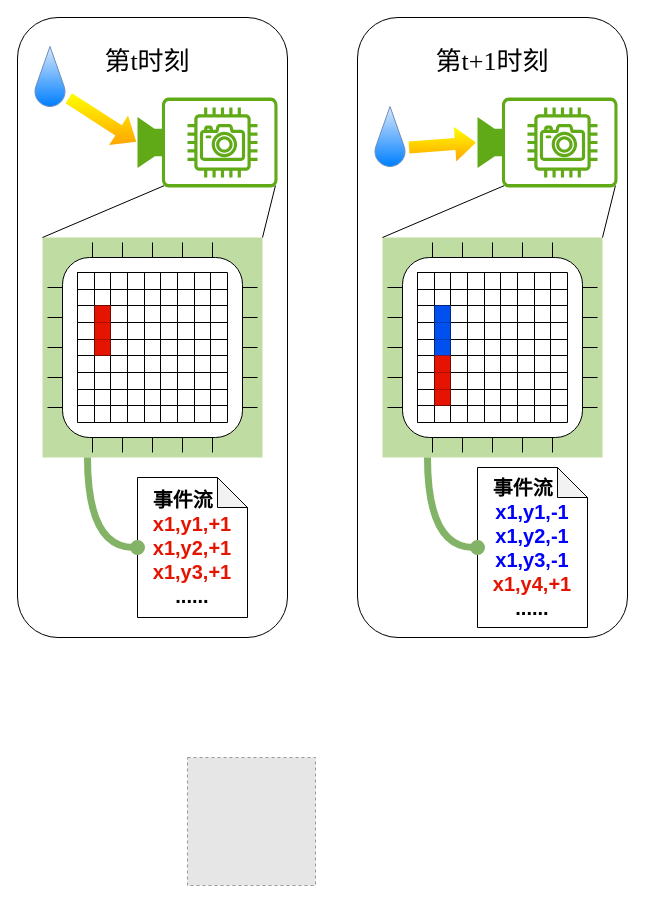
This is Untitled Diagram.drawio from sunshangquan/yolov4-pytorch, a draw.io file, before an edit. Source tidied: cells renumbered, new cells numbered last; positions are measured from the earlier drawing's top-left corner, leaving out a move shared by most shapes. Both pictures are drawn from the tidied source at 100%, with x=0, y=0 at pixel (17, 17). Pictures stored in the file or linked from it are replaced by grey dashed boxes.
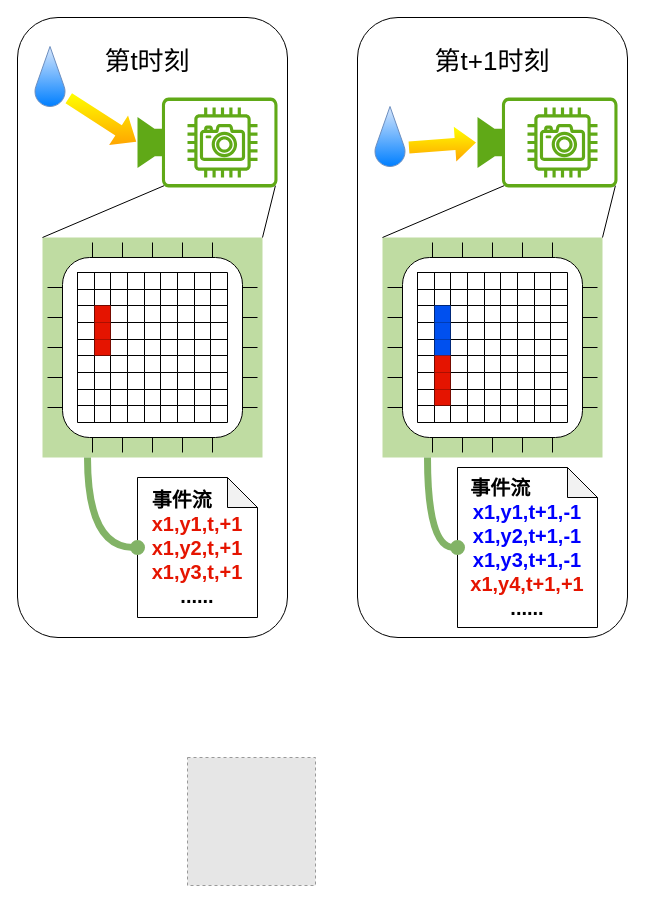
Above is the later version.

Diff of the diagram source:
```diff
@@
-    <mxCell id="113" value="&lt;font face=&quot;Times New Roman&quot; style=&quot;font-size: 26px;&quot;&gt;第t时刻&lt;/font&gt;" style="text;html=1;strokeColor=none;fillColor=none;align=center;verticalAlign=middle;whiteSpace=wrap;rounded=0;fontSize=26;" parent="1" vertex="1">
+    <mxCell id="113" value="&lt;font style=&quot;font-size: 26px;&quot;&gt;第t时刻&lt;/font&gt;" style="text;html=1;strokeColor=none;fillColor=none;align=center;verticalAlign=middle;whiteSpace=wrap;rounded=0;fontSize=26;fontFamily=Helvetica;" parent="1" vertex="1">
       <mxGeometry x="55" y="29" width="150" height="30" as="geometry" />
     </mxCell>
-    <mxCell id="114" value="&lt;div style=&quot;text-align: left;&quot;&gt;&lt;span style=&quot;background-color: initial; font-size: 20px;&quot;&gt;&lt;b&gt;事件流&lt;/b&gt;&lt;/span&gt;&lt;/div&gt;&lt;b&gt;&lt;font color=&quot;#e51400&quot;&gt;&lt;span style=&quot;font-size: 20px; background-color: initial;&quot;&gt;x1,y1,+1&lt;/span&gt;&lt;br&gt;&lt;span style=&quot;font-size: 20px; background-color: initial;&quot;&gt;x1,y2,+1&lt;/span&gt;&lt;br&gt;&lt;span style=&quot;font-size: 20px; background-color: initial;&quot;&gt;x1,y3,+1&lt;/span&gt;&lt;/font&gt;&lt;br&gt;&lt;span style=&quot;font-size: 20px; background-color: initial;&quot;&gt;......&lt;/span&gt;&lt;/b&gt;" style="shape=note;whiteSpace=wrap;html=1;backgroundOutline=1;darkOpacity=0.05;align=center;" parent="1" vertex="1">
-      <mxGeometry x="120" y="460" width="110" height="140" as="geometry" />
+    <mxCell id="114" value="&lt;div style=&quot;text-align: left;&quot;&gt;&lt;span style=&quot;background-color: initial; font-size: 20px;&quot;&gt;&lt;b&gt;事件流&lt;/b&gt;&lt;/span&gt;&lt;/div&gt;&lt;b&gt;&lt;font color=&quot;#e51400&quot;&gt;&lt;span style=&quot;font-size: 20px; background-color: initial;&quot;&gt;x1,y1,t,+1&lt;/span&gt;&lt;br&gt;&lt;span style=&quot;font-size: 20px; background-color: initial;&quot;&gt;x1,y2,t,+1&lt;/span&gt;&lt;br&gt;&lt;span style=&quot;font-size: 20px; background-color: initial;&quot;&gt;x1,y3,t,+1&lt;/span&gt;&lt;/font&gt;&lt;br&gt;&lt;span style=&quot;font-size: 20px; background-color: initial;&quot;&gt;......&lt;/span&gt;&lt;/b&gt;" style="shape=note;whiteSpace=wrap;html=1;backgroundOutline=1;darkOpacity=0.05;align=center;" parent="1" vertex="1">
+      <mxGeometry x="120" y="460" width="120" height="140" as="geometry" />
     </mxCell>
@@
-    <mxCell id="228" value="&lt;font face=&quot;Times New Roman&quot; style=&quot;font-size: 26px;&quot;&gt;第t+1时刻&lt;/font&gt;" style="text;html=1;strokeColor=none;fillColor=none;align=center;verticalAlign=middle;whiteSpace=wrap;rounded=0;fontSize=26;" parent="1" vertex="1">
+    <mxCell id="228" value="&lt;font style=&quot;font-size: 26px;&quot;&gt;第t+1时刻&lt;/font&gt;" style="text;html=1;strokeColor=none;fillColor=none;align=center;verticalAlign=middle;whiteSpace=wrap;rounded=0;fontSize=26;fontFamily=Helvetica;" parent="1" vertex="1">
       <mxGeometry x="400" y="29" width="150" height="30" as="geometry" />
     </mxCell>
-    <mxCell id="229" value="&lt;div style=&quot;text-align: left;&quot;&gt;&lt;span style=&quot;background-color: initial; font-size: 20px;&quot;&gt;事件流&lt;/span&gt;&lt;/div&gt;&lt;font color=&quot;#0000ff&quot;&gt;&lt;span style=&quot;font-size: 20px; background-color: initial;&quot;&gt;x1,y1,-1&lt;/span&gt;&lt;br&gt;&lt;span style=&quot;font-size: 20px; background-color: initial;&quot;&gt;x1,y2,-1&lt;/span&gt;&lt;br&gt;&lt;span style=&quot;font-size: 20px; background-color: initial;&quot;&gt;x1,y3,-1&lt;/span&gt;&lt;br&gt;&lt;/font&gt;&lt;span style=&quot;font-size: 20px; background-color: initial;&quot;&gt;&lt;font color=&quot;#e51400&quot;&gt;x1,y4,+1&lt;br&gt;&lt;/font&gt;......&lt;br&gt;&lt;/span&gt;" style="shape=note;whiteSpace=wrap;html=1;backgroundOutline=1;darkOpacity=0.05;align=center;fontStyle=1;" parent="1" vertex="1">
-      <mxGeometry x="460" y="450" width="110" height="160" as="geometry" />
+    <mxCell id="229" value="&lt;div style=&quot;text-align: left;&quot;&gt;&lt;span style=&quot;background-color: initial; font-size: 20px;&quot;&gt;事件流&lt;/span&gt;&lt;/div&gt;&lt;font color=&quot;#0000ff&quot;&gt;&lt;span style=&quot;font-size: 20px; background-color: initial;&quot;&gt;x1,y1,t+1,-1&lt;/span&gt;&lt;br&gt;&lt;span style=&quot;font-size: 20px; background-color: initial;&quot;&gt;x1,y2,t+1,-1&lt;/span&gt;&lt;br&gt;&lt;span style=&quot;font-size: 20px; background-color: initial;&quot;&gt;x1,y3,t+1,-1&lt;/span&gt;&lt;br&gt;&lt;/font&gt;&lt;span style=&quot;font-size: 20px; background-color: initial;&quot;&gt;&lt;font color=&quot;#e51400&quot;&gt;x1,y4,t+1,+1&lt;br&gt;&lt;/font&gt;......&lt;br&gt;&lt;/span&gt;" style="shape=note;whiteSpace=wrap;html=1;backgroundOutline=1;darkOpacity=0.05;align=center;fontStyle=1;" parent="1" vertex="1">
+      <mxGeometry x="440" y="450" width="140" height="160" as="geometry" />
     </mxCell>
```
